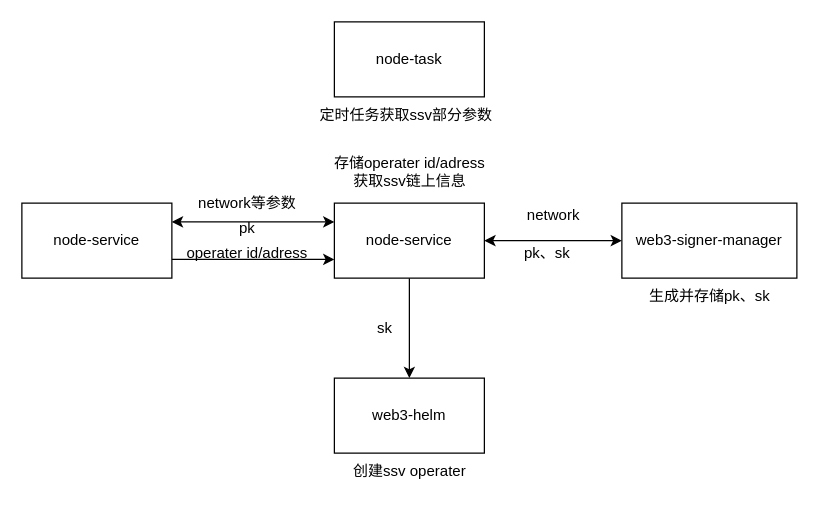
This is project/web3/ssv.drawio from duktig666/draw.io, a draw.io file, before an edit. Source tidied: cells renumbered, new cells numbered last; positions are measured from the earlier drawing's top-left corner, leaving out a move shared by most shapes. Both pictures are drawn from the tidied source at 125%, with x=0, y=0 at pixel (21, 21).
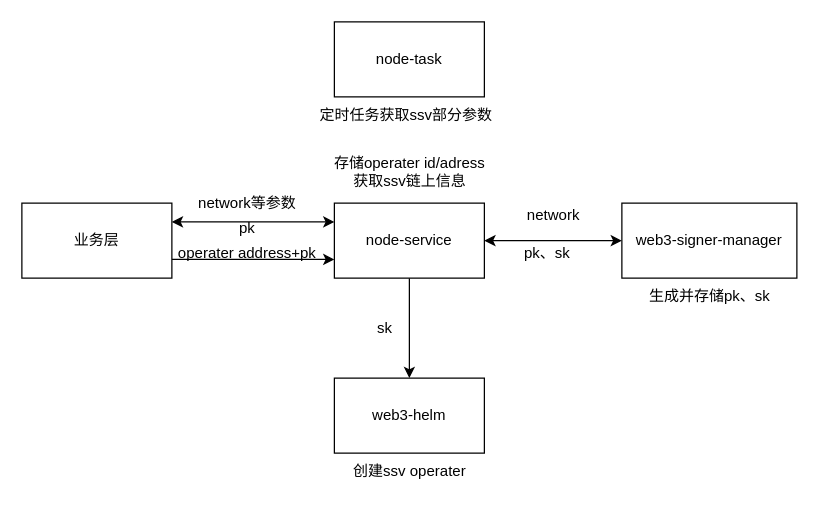
After the change.

What changed in the source:
```diff
@@
-    <mxCell id="9" value="node-service" style="rounded=0;whiteSpace=wrap;html=1;" parent="1" vertex="1">
+    <mxCell id="9" value="业务层" style="rounded=0;whiteSpace=wrap;html=1;" parent="1" vertex="1">
       <mxGeometry y="145" width="120" height="60" as="geometry" />
     </mxCell>
@@
-    <mxCell id="17" value="operater id/adress" style="text;html=1;align=center;verticalAlign=middle;strokeColor=none;fillColor=none;" parent="1" vertex="1">
-      <mxGeometry x="120" y="170" width="120" height="30" as="geometry" />
+    <mxCell id="17" value="operater address+pk" style="text;html=1;align=center;verticalAlign=middle;strokeColor=none;fillColor=none;" parent="1" vertex="1">
+      <mxGeometry x="115" y="170" width="130" height="30" as="geometry" />
     </mxCell>
```
